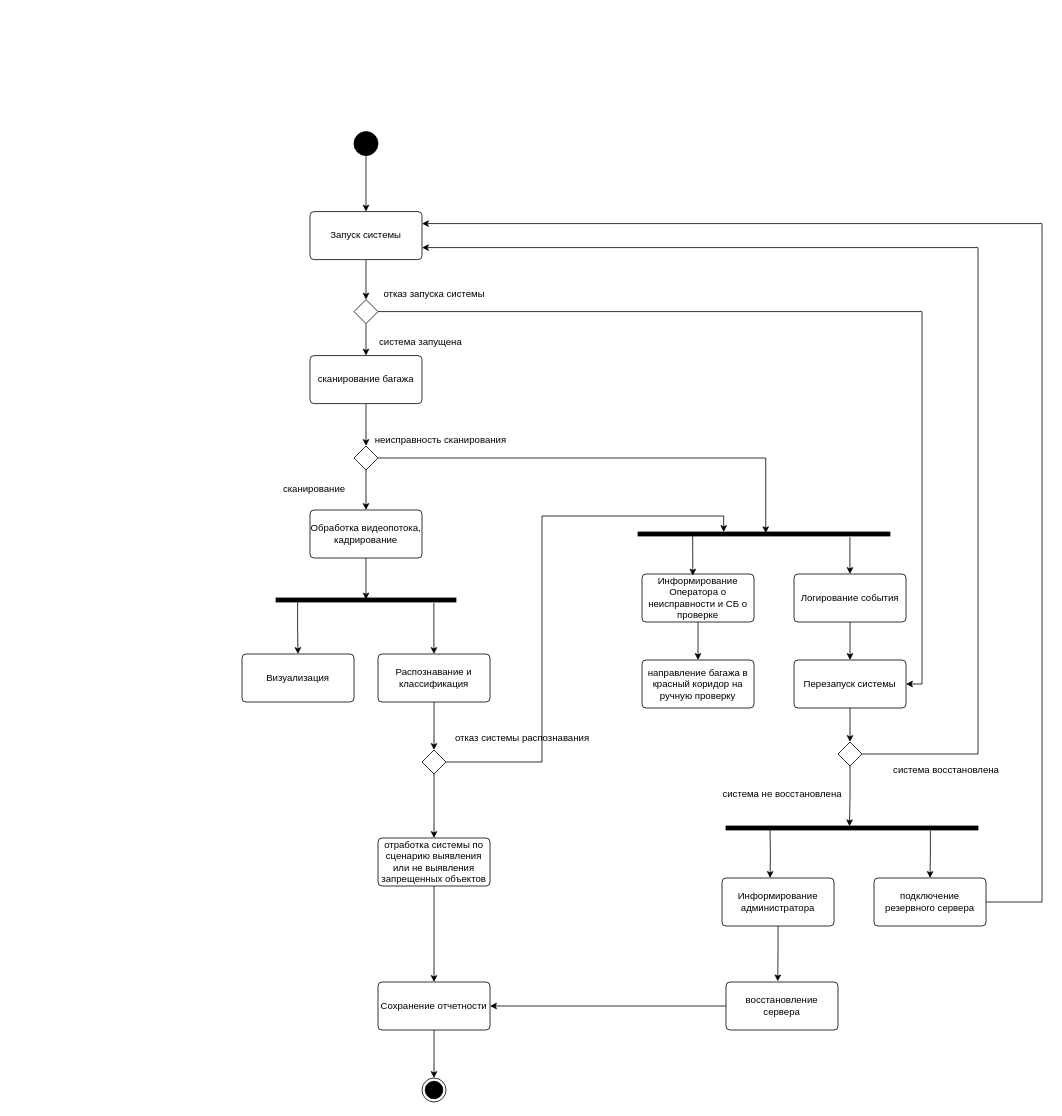
This is page "UML сбой системы" (4 of 9) of Диаграммы/UML_диаграммы.drawio from Cepheymusic/System-engineering, a draw.io file, before an edit. Source tidied: cells renumbered, new cells numbered last; positions are measured from the earlier drawing's top-left corner, leaving out a move shared by most shapes. Both pictures are drawn from the tidied source at 80%, with x=0, y=0 at pixel (242, 131).
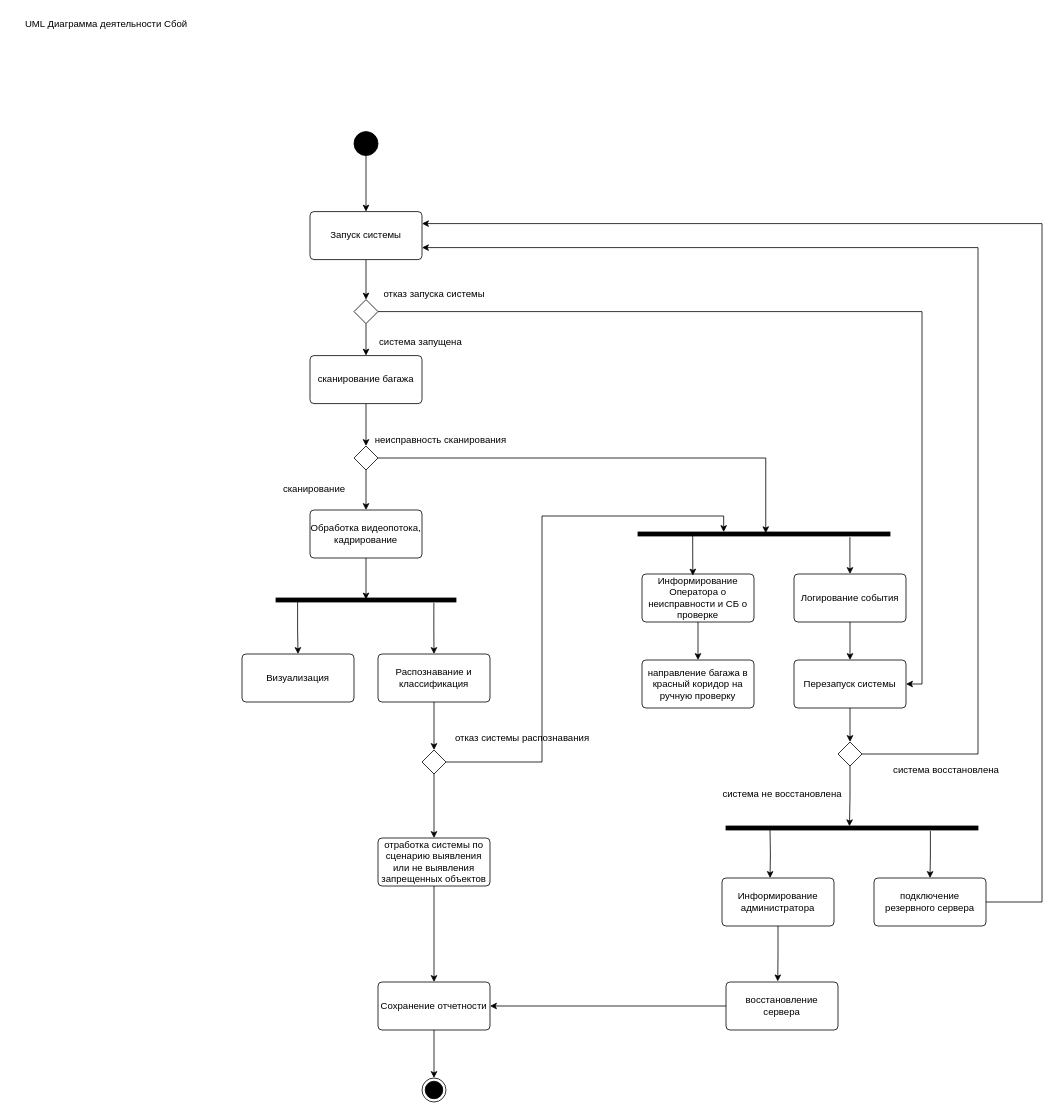
After the change.

Commit message (it also covers changes not shown here):
UML диаграмма преценд Actor - система

Change to the diagram source:
```diff
@@
+    <mxCell id="60" value="UML Диаграмма деятельности Сбой&lt;div&gt;&lt;br&gt;&lt;/div&gt;" style="text;html=1;align=center;verticalAlign=middle;strokeColor=none;fillColor=none;" parent="1" vertex="1">
+      <mxGeometry x="-285" y="-147" width="230" height="40" as="geometry" />
+    </mxCell>
```
